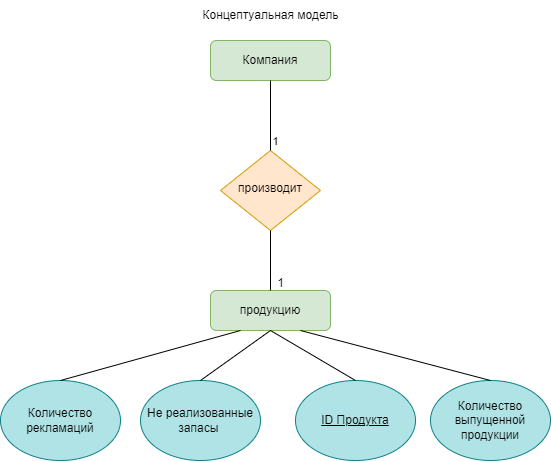
This is Концептуальная модель.drawio.png from Sergei686/Portfolio, a draw.io export, as it was before one commit. Source tidied: cells renumbered, new cells last; positions are measured from the earlier drawing's top-left corner, leaving out a move shared by most shapes.
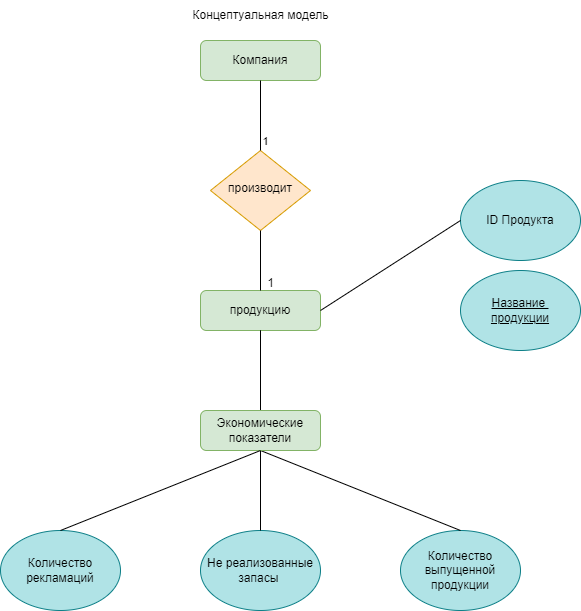
Later version of the same file.

Diff of the diagram source:
```diff
@@ -12,13 +12,13 @@
       <mxGeometry x="210" y="290" width="120" height="40" as="geometry" />
     </mxCell>
     <mxCell id="5" value="Количество рекламаций" style="ellipse;whiteSpace=wrap;html=1;fillColor=#b0e3e6;strokeColor=#0e8088;" parent="1" vertex="1">
-      <mxGeometry y="380" width="120" height="80" as="geometry" />
+      <mxGeometry x="10" y="530" width="120" height="80" as="geometry" />
     </mxCell>
     <mxCell id="6" value="Не реализованные запасы&amp;nbsp;" style="ellipse;whiteSpace=wrap;html=1;fillColor=#b0e3e6;strokeColor=#0e8088;" parent="1" vertex="1">
-      <mxGeometry x="140" y="380" width="120" height="80" as="geometry" />
+      <mxGeometry x="210" y="530" width="120" height="80" as="geometry" />
     </mxCell>
     <mxCell id="7" value="Количество выпущенной продукции" style="ellipse;whiteSpace=wrap;html=1;fillColor=#b0e3e6;strokeColor=#0e8088;" parent="1" vertex="1">
-      <mxGeometry x="430" y="380" width="120" height="80" as="geometry" />
+      <mxGeometry x="410" y="530" width="120" height="80" as="geometry" />
     </mxCell>
     <mxCell id="8" style="endArrow=none;html=1;rounded=0;entryX=0.5;entryY=1;entryDx=0;entryDy=0;exitX=0.5;exitY=0;exitDx=0;exitDy=0;" parent="1" edge="1" source="3" target="2">
       <mxGeometry relative="1" as="geometry" />
@@ -31,10 +31,10 @@
     <mxCell id="10" style="endArrow=none;html=1;rounded=0;exitX=0.5;exitY=0;exitDx=0;exitDy=0;entryX=0.5;entryY=1;entryDx=0;entryDy=0;" parent="1" edge="1" source="6" target="4">
       <mxGeometry relative="1" as="geometry" />
     </mxCell>
-    <mxCell id="11" style="endArrow=none;html=1;rounded=0;exitX=0.5;exitY=0;exitDx=0;exitDy=0;entryX=0.25;entryY=1;entryDx=0;entryDy=0;" parent="1" edge="1" source="5" target="4">
+    <mxCell id="11" style="endArrow=none;html=1;rounded=0;entryX=0.5;entryY=1;entryDx=0;entryDy=0;" parent="1" edge="1" source="19" target="4">
       <mxGeometry relative="1" as="geometry" />
     </mxCell>
-    <mxCell id="12" style="endArrow=none;html=1;rounded=0;exitX=0.5;exitY=0;exitDx=0;exitDy=0;entryX=0.75;entryY=1;entryDx=0;entryDy=0;" parent="1" edge="1" source="7" target="4">
+    <mxCell id="12" style="endArrow=none;html=1;rounded=0;exitX=0.5;exitY=0;exitDx=0;exitDy=0;entryX=0.5;entryY=1;entryDx=0;entryDy=0;" parent="1" edge="1" source="7" target="19">
       <mxGeometry relative="1" as="geometry" />
     </mxCell>
     <mxCell id="13" style="endArrow=none;html=1;rounded=0;exitX=0.5;exitY=0;exitDx=0;exitDy=0;entryX=0.5;entryY=1;entryDx=0;entryDy=0;" parent="1" edge="1" source="4" target="3">
@@ -46,13 +46,25 @@
     <mxCell id="15" value="Концептуальная модель" style="text;html=1;align=center;verticalAlign=middle;strokeColor=none;fillColor=none;" parent="1" vertex="1">
       <mxGeometry x="190" width="160" height="30" as="geometry" />
     </mxCell>
-    <mxCell id="16" value="&lt;u&gt;ID Продукта&lt;/u&gt;" style="ellipse;whiteSpace=wrap;html=1;fillColor=#b0e3e6;strokeColor=#0e8088;" parent="1" vertex="1">
-      <mxGeometry x="295" y="380" width="120" height="80" as="geometry" />
+    <mxCell id="16" value="ID Продукта" style="ellipse;whiteSpace=wrap;html=1;fillColor=#b0e3e6;strokeColor=#0e8088;" parent="1" vertex="1">
+      <mxGeometry x="470" y="180" width="120" height="80" as="geometry" />
     </mxCell>
-    <mxCell id="17" style="endArrow=none;html=1;rounded=0;exitX=0.5;exitY=0;exitDx=0;exitDy=0;" parent="1" edge="1" source="16">
-      <mxGeometry relative="1" as="geometry">
-        <mxPoint x="270" y="330" as="targetPoint" />
-      </mxGeometry>
+    <mxCell id="17" style="endArrow=none;html=1;rounded=0;exitX=0;exitY=0.5;exitDx=0;exitDy=0;entryX=1;entryY=0.5;entryDx=0;entryDy=0;" parent="1" edge="1" source="16" target="4">
+      <mxGeometry relative="1" as="geometry" />
     </mxCell>
+    <mxCell id="18" style="endArrow=none;html=1;rounded=0;entryX=0.5;entryY=1;entryDx=0;entryDy=0;" parent="1" edge="1" target="19">
+      <mxGeometry relative="1" as="geometry">
+        <mxPoint x="280" y="420" as="sourcePoint" />
+      </mxGeometry>
+    </mxCell>
+    <mxCell id="19" value="Экономические показатели" style="rounded=1;whiteSpace=wrap;html=1;fontSize=12;glass=0;strokeWidth=1;shadow=0;fillColor=#d5e8d4;strokeColor=#82b366;" parent="1" vertex="1">
+      <mxGeometry x="210" y="410" width="120" height="40" as="geometry" />
+    </mxCell>
+    <mxCell id="20" style="endArrow=none;html=1;rounded=0;exitX=0.5;exitY=0;exitDx=0;exitDy=0;entryX=0.5;entryY=1;entryDx=0;entryDy=0;" parent="1" edge="1" source="5" target="19">
+      <mxGeometry relative="1" as="geometry" />
+    </mxCell>
+    <mxCell id="21" value="&lt;u&gt;Название&amp;nbsp;&lt;/u&gt;&lt;div&gt;&lt;u&gt;продукции&lt;/u&gt;&lt;/div&gt;" style="ellipse;whiteSpace=wrap;html=1;fillColor=#b0e3e6;strokeColor=#0e8088;" parent="1" vertex="1">
+      <mxGeometry x="470" y="270" width="120" height="80" as="geometry" />
+    </mxCell>
   </root>
 </mxGraphModel>
```
